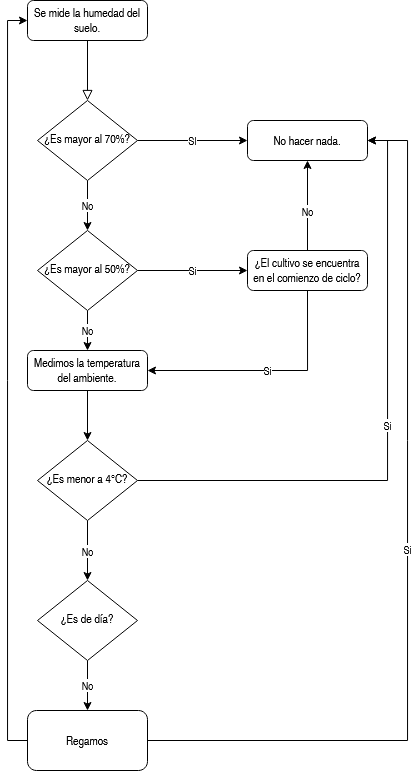
Above: Flowchart.drawio.png in bayaspirina/Riego (draw.io), before the change. Source tidied: cells renumbered, new cells last; positions are measured from the earlier drawing's top-left corner, leaving out a move shared by most shapes. Source of this version:
```xml
<mxGraphModel>
  <root>
    <mxCell id="0" />
    <mxCell id="1" parent="0" />
    <mxCell id="2" style="rounded=0;html=1;jettySize=auto;fontSize=11;endArrow=block;endFill=0;endSize=8;strokeWidth=1;shadow=0;labelBackgroundColor=none;edgeStyle=orthogonalEdgeStyle;" parent="1" edge="1" source="3" target="6">
      <mxGeometry relative="1" as="geometry" />
    </mxCell>
    <mxCell id="3" value="Se mide la humedad del suelo." style="rounded=1;whiteSpace=wrap;html=1;fontSize=12;glass=0;strokeWidth=1;shadow=0;" parent="1" vertex="1">
      <mxGeometry width="120" height="40" as="geometry" />
    </mxCell>
    <mxCell id="4" value="&lt;div&gt;SI&lt;/div&gt;" style="edgeStyle=orthogonalEdgeStyle;rounded=0;jettySize=auto;html=1;exitX=1;exitY=0.5;exitDx=0;exitDy=0;entryX=0;entryY=0.5;entryDx=0;entryDy=0;" parent="1" edge="1" source="6" target="12">
      <mxGeometry relative="1" as="geometry" />
    </mxCell>
    <mxCell id="5" value="&lt;div&gt;No&lt;/div&gt;" style="edgeStyle=orthogonalEdgeStyle;rounded=0;jettySize=auto;html=1;exitX=0.5;exitY=1;exitDx=0;exitDy=0;entryX=0.5;entryY=0;entryDx=0;entryDy=0;" parent="1" edge="1" source="6" target="11">
      <mxGeometry relative="1" as="geometry" />
    </mxCell>
    <mxCell id="6" value="¿Es mayor al 70%?" style="rhombus;whiteSpace=wrap;html=1;shadow=0;fontFamily=Helvetica;fontSize=12;align=center;strokeWidth=1;spacing=6;spacingTop=-4;" parent="1" vertex="1">
      <mxGeometry x="10" y="100" width="100" height="80" as="geometry" />
    </mxCell>
    <mxCell id="7" value="Si" style="edgeStyle=orthogonalEdgeStyle;rounded=0;jettySize=auto;html=1;exitX=0.5;exitY=1;exitDx=0;exitDy=0;entryX=1;entryY=0.5;entryDx=0;entryDy=0;" parent="1" edge="1" source="8" target="15">
      <mxGeometry relative="1" as="geometry" />
    </mxCell>
    <mxCell id="8" value="¿El cultivo se encuentra en el comienzo de ciclo?" style="rounded=1;whiteSpace=wrap;html=1;fontSize=12;glass=0;strokeWidth=1;shadow=0;" parent="1" vertex="1">
      <mxGeometry x="220" y="250" width="120" height="40" as="geometry" />
    </mxCell>
    <mxCell id="9" value="Si" style="edgeStyle=orthogonalEdgeStyle;rounded=0;jettySize=auto;html=1;exitX=1;exitY=0.5;exitDx=0;exitDy=0;entryX=0;entryY=0.5;entryDx=0;entryDy=0;" parent="1" edge="1" source="11" target="8">
      <mxGeometry relative="1" as="geometry" />
    </mxCell>
    <mxCell id="10" value="&lt;div&gt;No&lt;/div&gt;" style="edgeStyle=orthogonalEdgeStyle;rounded=0;jettySize=auto;html=1;exitX=0.5;exitY=1;exitDx=0;exitDy=0;entryX=0.5;entryY=0;entryDx=0;entryDy=0;" parent="1" edge="1" source="11" target="15">
      <mxGeometry relative="1" as="geometry" />
    </mxCell>
    <mxCell id="11" value="¿Es mayor al 50%?" style="rhombus;whiteSpace=wrap;html=1;shadow=0;fontFamily=Helvetica;fontSize=12;align=center;strokeWidth=1;spacing=6;spacingTop=-4;" parent="1" vertex="1">
      <mxGeometry x="10" y="230" width="100" height="80" as="geometry" />
    </mxCell>
    <mxCell id="12" value="No hacer nada." style="rounded=1;whiteSpace=wrap;html=1;fontSize=12;glass=0;strokeWidth=1;shadow=0;" parent="1" vertex="1">
      <mxGeometry x="220" y="120" width="120" height="40" as="geometry" />
    </mxCell>
    <mxCell id="13" value="&lt;div&gt;No&lt;/div&gt;" style="endArrow=classic;html=1;rounded=0;exitX=0.5;exitY=0;exitDx=0;exitDy=0;entryX=0.5;entryY=1;entryDx=0;entryDy=0;" parent="1" edge="1" source="8" target="12">
      <mxGeometry x="-0.14" relative="1" as="geometry" />
    </mxCell>
    <mxCell id="14" style="edgeStyle=orthogonalEdgeStyle;rounded=0;jettySize=auto;html=1;exitX=0.5;exitY=1;exitDx=0;exitDy=0;entryX=0.5;entryY=0;entryDx=0;entryDy=0;" parent="1" edge="1" source="15" target="18">
      <mxGeometry relative="1" as="geometry" />
    </mxCell>
    <mxCell id="15" value="&lt;div&gt;Medimos la temperatura&lt;/div&gt;&lt;div&gt;del ambiente.&lt;/div&gt;" style="rounded=1;whiteSpace=wrap;html=1;fontSize=12;glass=0;strokeWidth=1;shadow=0;" parent="1" vertex="1">
      <mxGeometry y="350" width="120" height="40" as="geometry" />
    </mxCell>
    <mxCell id="16" value="&lt;div&gt;Si&lt;/div&gt;" style="edgeStyle=orthogonalEdgeStyle;rounded=0;jettySize=auto;html=1;exitX=1;exitY=0.5;exitDx=0;exitDy=0;entryX=1;entryY=0.5;entryDx=0;entryDy=0;" parent="1" edge="1" source="18" target="12">
      <mxGeometry relative="1" as="geometry" />
    </mxCell>
    <mxCell id="17" value="&lt;div&gt;No&lt;/div&gt;" style="edgeStyle=orthogonalEdgeStyle;rounded=0;jettySize=auto;html=1;exitX=0.5;exitY=1;exitDx=0;exitDy=0;entryX=0.5;entryY=0;entryDx=0;entryDy=0;" parent="1" edge="1" source="18" target="20">
      <mxGeometry relative="1" as="geometry" />
    </mxCell>
    <mxCell id="18" value="¿Es menor a 4&lt;span&gt;°C?&lt;/span&gt;" style="rhombus;whiteSpace=wrap;html=1;shadow=0;fontFamily=Helvetica;fontSize=12;align=center;strokeWidth=1;spacing=6;spacingTop=-4;" parent="1" vertex="1">
      <mxGeometry x="10" y="440" width="100" height="80" as="geometry" />
    </mxCell>
    <mxCell id="19" value="No" style="edgeStyle=orthogonalEdgeStyle;rounded=0;jettySize=auto;html=1;exitX=0.5;exitY=1;exitDx=0;exitDy=0;entryX=0.5;entryY=0;entryDx=0;entryDy=0;" parent="1" edge="1" source="20" target="23">
      <mxGeometry relative="1" as="geometry" />
    </mxCell>
    <mxCell id="20" value="¿Es de día?" style="rhombus;whiteSpace=wrap;html=1;shadow=0;fontFamily=Helvetica;fontSize=12;align=center;strokeWidth=1;spacing=6;spacingTop=-4;" parent="1" vertex="1">
      <mxGeometry x="10" y="580" width="100" height="80" as="geometry" />
    </mxCell>
    <mxCell id="21" style="edgeStyle=orthogonalEdgeStyle;rounded=0;jettySize=auto;html=1;exitX=0;exitY=0.5;exitDx=0;exitDy=0;entryX=0;entryY=0.5;entryDx=0;entryDy=0;" parent="1" edge="1" source="23" target="3">
      <mxGeometry relative="1" as="geometry" />
    </mxCell>
    <mxCell id="22" value="Si" style="edgeStyle=orthogonalEdgeStyle;rounded=0;jettySize=auto;html=1;exitX=1;exitY=0.5;exitDx=0;exitDy=0;entryX=1;entryY=0.5;entryDx=0;entryDy=0;" parent="1" edge="1" source="23" target="12">
      <mxGeometry relative="1" as="geometry">
        <Array as="points">
          <mxPoint x="380" y="740" />
          <mxPoint x="380" y="140" />
        </Array>
      </mxGeometry>
    </mxCell>
    <mxCell id="23" value="Regamos" style="rounded=1;whiteSpace=wrap;html=1;" parent="1" vertex="1">
      <mxGeometry y="710" width="120" height="60" as="geometry" />
    </mxCell>
  </root>
</mxGraphModel>
```
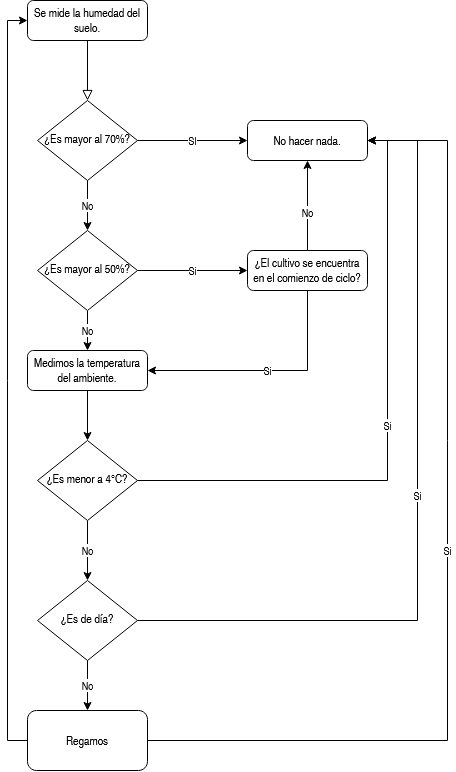
The same diagram one commit later.

Change to the diagram source:
```diff
@@ -56,6 +56,14 @@
     <mxCell id="19" value="No" style="edgeStyle=orthogonalEdgeStyle;rounded=0;jettySize=auto;html=1;exitX=0.5;exitY=1;exitDx=0;exitDy=0;entryX=0.5;entryY=0;entryDx=0;entryDy=0;" parent="1" edge="1" source="20" target="23">
       <mxGeometry relative="1" as="geometry" />
     </mxCell>
+    <mxCell id="24" value="Si" style="edgeStyle=orthogonalEdgeStyle;rounded=0;jettySize=auto;html=1;exitX=1;exitY=0.5;exitDx=0;exitDy=0;entryX=1;entryY=0.5;entryDx=0;entryDy=0;" parent="1" edge="1" source="20" target="12">
+      <mxGeometry relative="1" as="geometry">
+        <Array as="points">
+          <mxPoint x="390" y="620" />
+          <mxPoint x="390" y="140" />
+        </Array>
+      </mxGeometry>
+    </mxCell>
     <mxCell id="20" value="¿Es de día?" style="rhombus;whiteSpace=wrap;html=1;shadow=0;fontFamily=Helvetica;fontSize=12;align=center;strokeWidth=1;spacing=6;spacingTop=-4;" parent="1" vertex="1">
       <mxGeometry x="10" y="580" width="100" height="80" as="geometry" />
     </mxCell>
@@ -65,8 +73,8 @@
     <mxCell id="22" value="Si" style="edgeStyle=orthogonalEdgeStyle;rounded=0;jettySize=auto;html=1;exitX=1;exitY=0.5;exitDx=0;exitDy=0;entryX=1;entryY=0.5;entryDx=0;entryDy=0;" parent="1" edge="1" source="23" target="12">
       <mxGeometry relative="1" as="geometry">
         <Array as="points">
-          <mxPoint x="380" y="740" />
-          <mxPoint x="380" y="140" />
+          <mxPoint x="420" y="740" />
+          <mxPoint x="420" y="140" />
         </Array>
       </mxGeometry>
     </mxCell>
```
